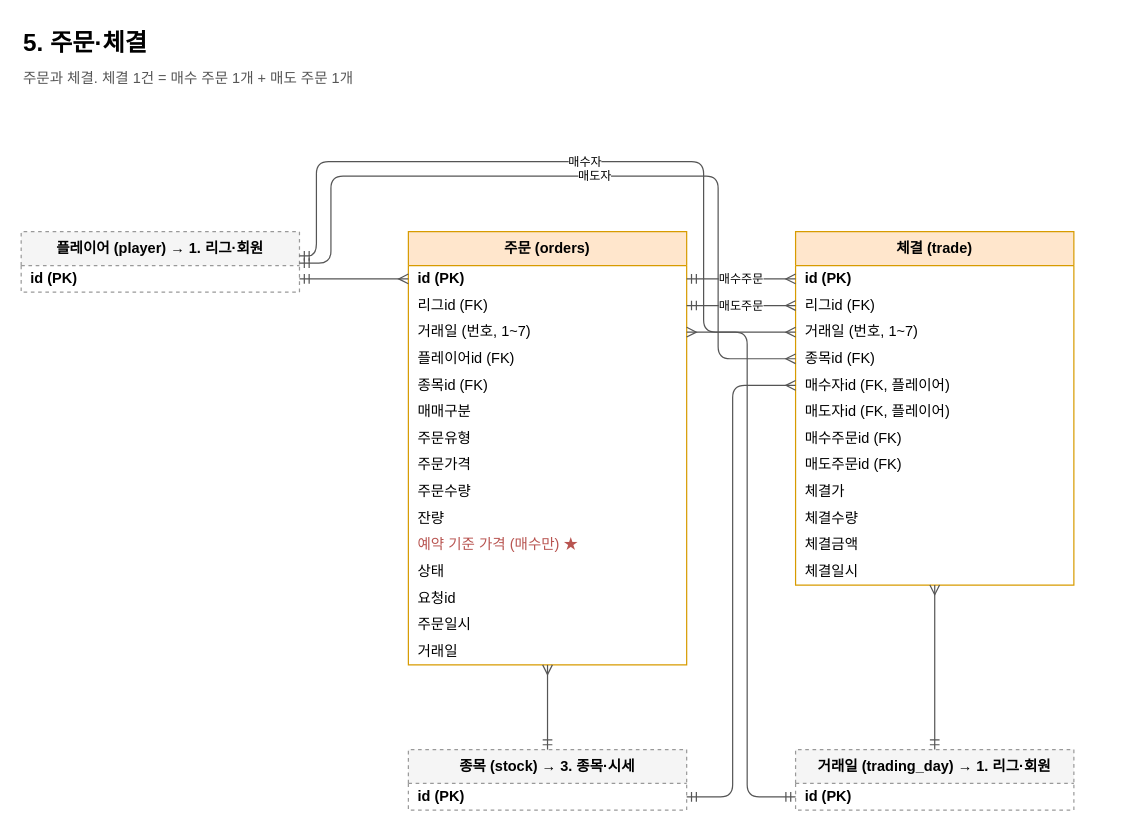
The draw.io diagram page "5. 주문·체결" (6 of 9) of docs/erd/naspi.drawio in JECT-Study/naspi-5th-Server, before the edit. Source tidied: cells renumbered, new cells numbered last; positions are measured from the earlier drawing's top-left corner, leaving out a move shared by most shapes. Both pictures are drawn from the tidied source at 121%, with x=0, y=0 at pixel (21, 21).
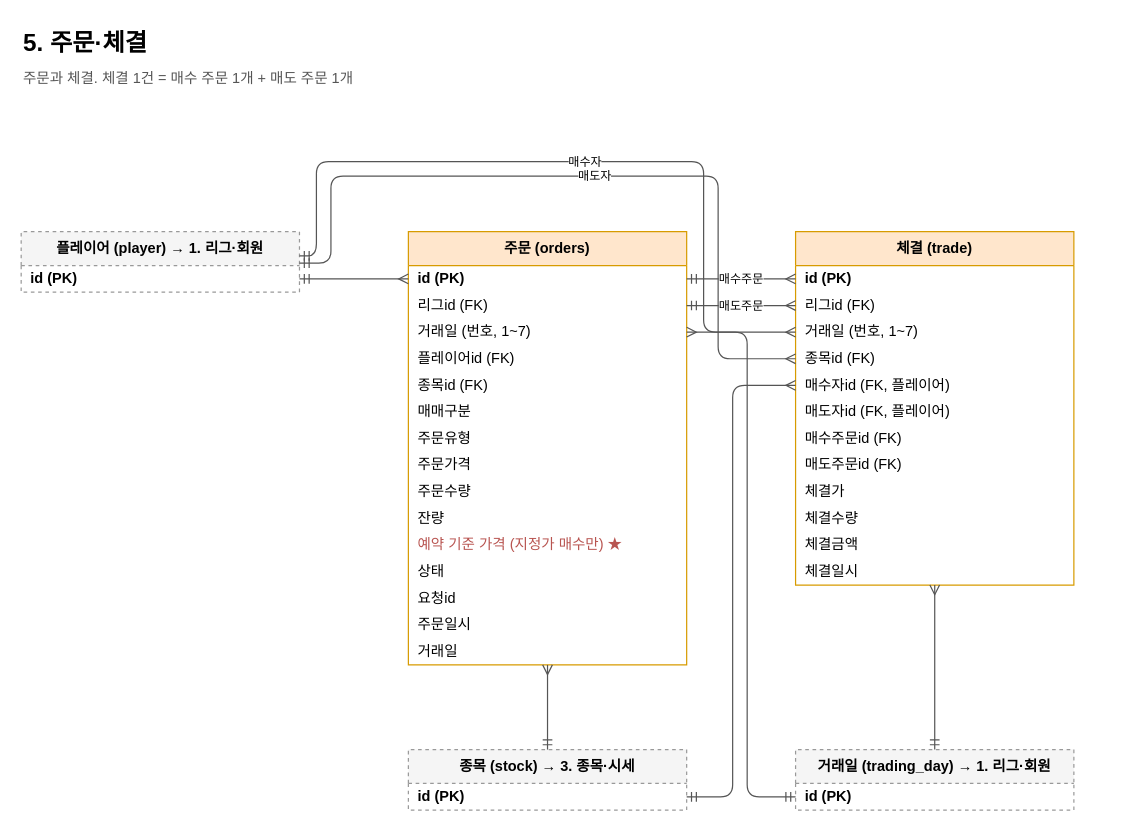
The same diagram, later.

The change refers to these unchanged cells:
```xml
<mxCell id="2" value="주문 (orders)" style="swimlane;fontStyle=1;horizontal=1;startSize=28;html=1;whiteSpace=wrap;fillColor=#ffe6cc;strokeColor=#d79b00;" parent="1" vertex="1">
  <mxGeometry x="320" y="174" width="230" height="358" as="geometry" />
</mxCell>
```

Change to the diagram source:
```diff
@@
-    <mxCell id="13" value="예약 기준 가격 (매수만) ★" style="text;strokeColor=none;fillColor=none;align=left;verticalAlign=middle;spacingLeft=6;overflow=hidden;html=1;fontColor=#B85450;" parent="2" vertex="1">
+    <mxCell id="13" value="예약 기준 가격 (지정가 매수만) ★" style="text;strokeColor=none;fillColor=none;align=left;verticalAlign=middle;spacingLeft=6;overflow=hidden;html=1;fontColor=#B85450;" parent="2" vertex="1">
       <mxGeometry y="248" width="230" height="22" as="geometry" />
     </mxCell>
```
